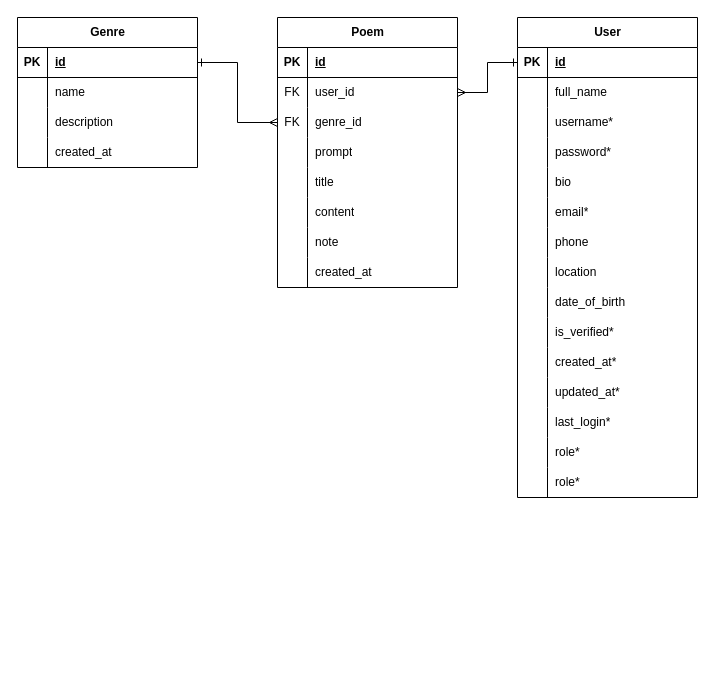
The draw.io diagram docs/web-vietnamese-poet-db-design.drawio in johnvo24/web_vietnamese_poet, before the edit. Source tidied: cells renumbered, new cells numbered last; positions are measured from the earlier drawing's top-left corner, leaving out a move shared by most shapes. Both pictures are drawn from the tidied source at 100%, with x=0, y=0 at pixel (17, 17).
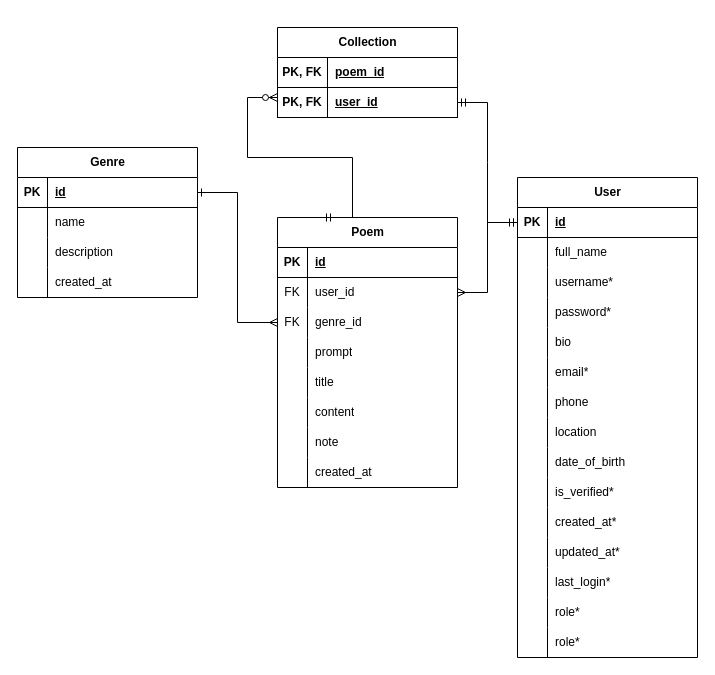
Above is the later version.

Unchanged cells that the change refers to:
```xml
<mxCell id="3" style="shape=tableRow;horizontal=0;startSize=0;swimlaneHead=0;swimlaneBody=0;fillColor=none;points=[[0,0.5],[1,0.5]];portConstraint=eastwest;top=0;left=0;right=0;bottom=1;" parent="2" vertex="1">
  <mxGeometry y="30" width="180" height="30" as="geometry" />
</mxCell>
```

The edit, as a diff of the source:
```diff
@@
     <mxCell id="2" value="User" style="shape=table;startSize=30;childLayout=tableLayout;rowLines=0;fontStyle=1;align=center;html=1;" parent="1" vertex="1">
-      <mxGeometry x="500" width="180" height="480" as="geometry" />
+      <mxGeometry x="500" y="160" width="180" height="480" as="geometry" />
     </mxCell>
@@
     <mxCell id="48" value="Poem" style="shape=table;startSize=30;childLayout=tableLayout;rowLines=0;fontStyle=1;align=center;html=1;" parent="1" vertex="1">
-      <mxGeometry x="260" width="180" height="270" as="geometry" />
+      <mxGeometry x="260" y="200" width="180" height="270" as="geometry" />
     </mxCell>
@@
     <mxCell id="73" value="Genre" style="shape=table;startSize=30;childLayout=tableLayout;rowLines=0;fontStyle=1;align=center;html=1;" parent="1" vertex="1">
-      <mxGeometry width="180" height="150" as="geometry" />
+      <mxGeometry y="130" width="180" height="150" as="geometry" />
     </mxCell>
@@
+    <mxCell id="88" value="Collection" style="shape=table;startSize=30;childLayout=tableLayout;rowLines=0;fontStyle=1;align=center;html=1;" parent="1" vertex="1">
+      <mxGeometry x="260" y="10" width="180" height="90" as="geometry" />
+    </mxCell>
+    <mxCell id="89" style="shape=tableRow;horizontal=0;startSize=0;swimlaneHead=0;swimlaneBody=0;fillColor=none;top=0;left=0;right=0;bottom=1;" parent="88" vertex="1">
+      <mxGeometry y="30" width="180" height="30" as="geometry" />
+    </mxCell>
+    <mxCell id="90" value="PK, FK" style="shape=partialRectangle;fillColor=none;top=0;left=0;bottom=0;right=0;fontStyle=1;overflow=hidden;whiteSpace=wrap;html=1;" parent="89" vertex="1">
+      <mxGeometry width="50" height="30" as="geometry" />
+    </mxCell>
+    <mxCell id="91" value="poem_id" style="shape=partialRectangle;fillColor=none;top=0;left=0;bottom=0;right=0;align=left;spacingLeft=6;fontStyle=5;overflow=hidden;whiteSpace=wrap;html=1;" parent="89" vertex="1">
+      <mxGeometry x="50" width="130" height="30" as="geometry" />
+    </mxCell>
+    <mxCell id="92" style="shape=tableRow;horizontal=0;startSize=0;swimlaneHead=0;swimlaneBody=0;fillColor=none;points=[[0,0.5],[1,0.5]];portConstraint=eastwest;top=0;left=0;right=0;bottom=1;" parent="88" vertex="1">
+      <mxGeometry y="60" width="180" height="30" as="geometry" />
+    </mxCell>
+    <mxCell id="93" value="PK, FK" style="shape=partialRectangle;fillColor=none;top=0;left=0;bottom=0;right=0;fontStyle=1;overflow=hidden;whiteSpace=wrap;html=1;" parent="92" vertex="1">
+      <mxGeometry width="50" height="30" as="geometry" />
+    </mxCell>
+    <mxCell id="94" value="user_id" style="shape=partialRectangle;fillColor=none;top=0;left=0;bottom=0;right=0;align=left;spacingLeft=6;fontStyle=5;overflow=hidden;whiteSpace=wrap;html=1;" parent="92" vertex="1">
+      <mxGeometry x="50" width="130" height="30" as="geometry" />
+    </mxCell>
+    <mxCell id="95" style="edgeStyle=entityRelationEdgeStyle;fontSize=12;html=1;endArrow=ERmandOne;startArrow=ERmandOne;rounded=0;exitX=1;exitY=0.5;exitDx=0;exitDy=0;entryX=0;entryY=0.5;entryDx=0;entryDy=0;" parent="1" edge="1" source="92" target="3">
+      <mxGeometry relative="1" as="geometry" />
+    </mxCell>
+    <mxCell id="96" style="edgeStyle=entityRelationEdgeStyle;fontSize=12;html=1;endArrow=ERzeroToMany;startArrow=ERmandOne;rounded=0;exitX=0.25;exitY=0;exitDx=0;exitDy=0;" parent="1" edge="1" source="48">
+      <mxGeometry relative="1" as="geometry">
+        <mxPoint x="260" y="80" as="targetPoint" />
+      </mxGeometry>
+    </mxCell>
```
